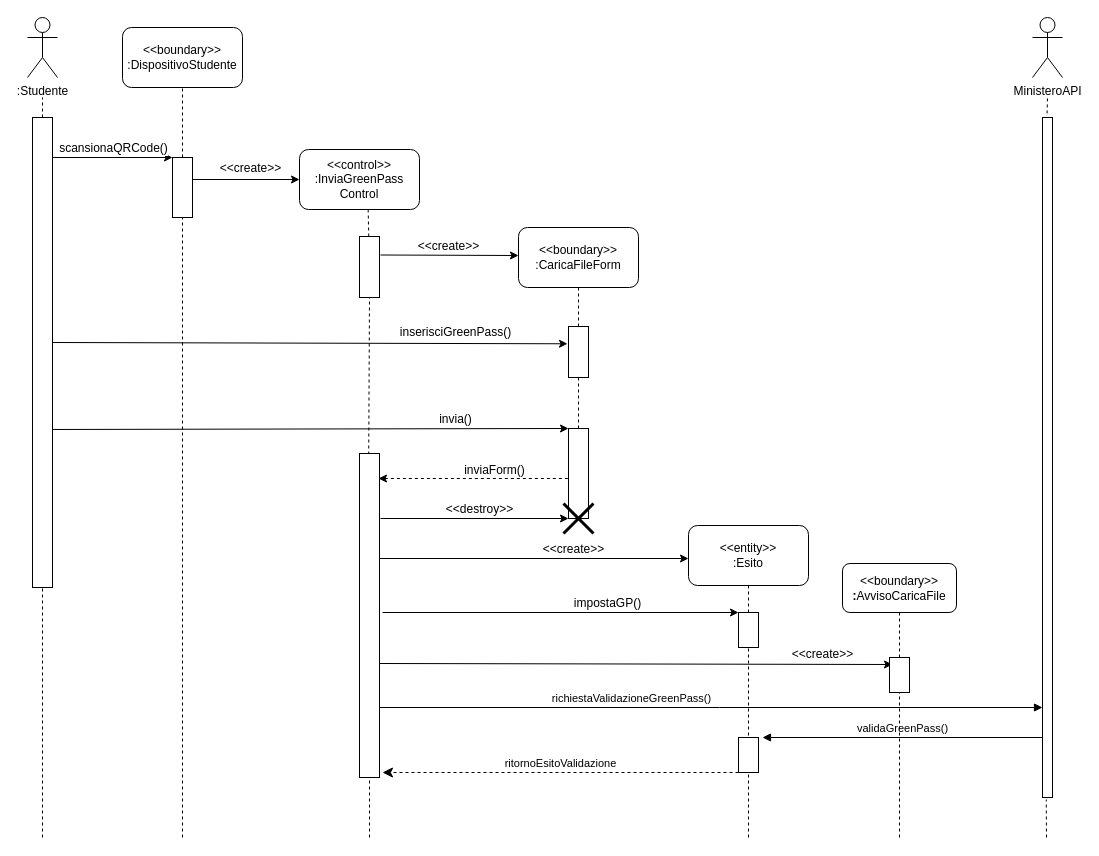
Alberto-00/EasyPass keeps this draw.io diagram as Documentazione/Resources/Sequence Diagram/Invio Green Pass/Sequence Diagram SendGreenPass.drawio. Above is the earlier version. Source tidied: cells renumbered, new cells numbered last; positions are measured from the earlier drawing's top-left corner, leaving out a move shared by most shapes. Both pictures are drawn from the tidied source at 100%, with x=0, y=0 at pixel (27, 17).
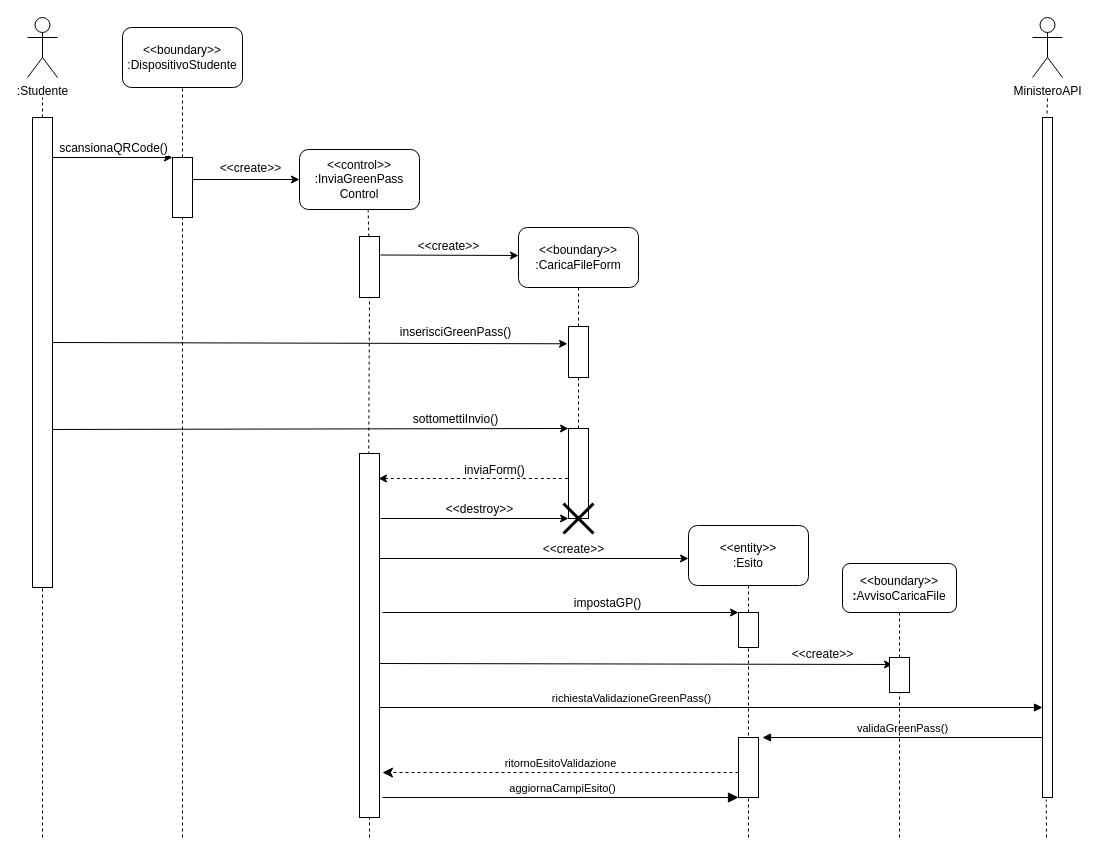
Above is the later version.

The change refers to these unchanged cells:
```xml
<mxCell id="22" style="endArrow=classic;html=1;rounded=0;entryX=0;entryY=0;entryDx=0;entryDy=0;" parent="1" edge="1" target="2">
  <mxGeometry relative="1" as="geometry">
    <mxPoint x="15" y="412" as="sourcePoint" />
  </mxGeometry>
</mxCell>
```

Change to the diagram source:
```diff
@@
-    <mxCell id="23" value="invia()" style="edgeLabel;html=1;align=center;verticalAlign=middle;fontSize=12;" parent="22" vertex="1">
+    <mxCell id="23" value="sottomettiInvio()" style="edgeLabel;html=1;align=center;verticalAlign=middle;fontSize=12;" parent="22" vertex="1">
       <mxGeometry x="0.31" y="1" relative="1" as="geometry">
         <mxPoint x="68" y="-9" as="offset" />
       </mxGeometry>
     </mxCell>
@@
     <mxCell id="31" style="rounded=0;whiteSpace=wrap;html=1;" parent="1" vertex="1">
-      <mxGeometry x="332" y="436" width="20" height="324" as="geometry" />
+      <mxGeometry x="332" y="436" width="20" height="364" as="geometry" />
     </mxCell>
@@
     <mxCell id="54" style="rounded=0;whiteSpace=wrap;html=1;" parent="1" vertex="1">
-      <mxGeometry x="711" y="720" width="20" height="35" as="geometry" />
+      <mxGeometry x="711" y="720" width="20" height="60" as="geometry" />
     </mxCell>
@@
+    <mxCell id="58" value="aggiornaCampiEsito()" style="html=1;verticalAlign=bottom;endArrow=block;endSize=8;rounded=0;entryX=0;entryY=1;entryDx=0;entryDy=0;exitX=1.15;exitY=0.945;exitDx=0;exitDy=0;exitPerimeter=0;endFill=1;" parent="1" edge="1" source="31" target="54">
+      <mxGeometry x="0.01" relative="1" as="geometry" />
+    </mxCell>
```
